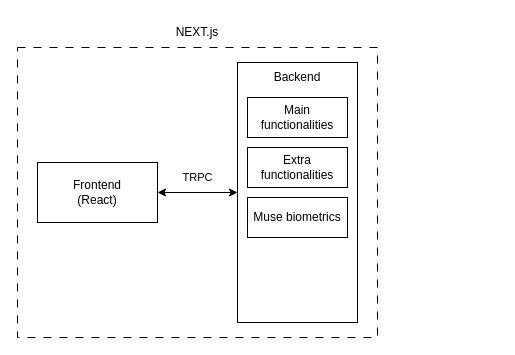
Above: architecture.drawio in Apantli/Tenor (draw.io), before the change. Source tidied: cells renumbered, new cells numbered last; positions are measured from the earlier drawing's top-left corner, leaving out a move shared by most shapes. Both pictures are drawn from the tidied source at 100%, with x=0, y=0 at pixel (17, 17).
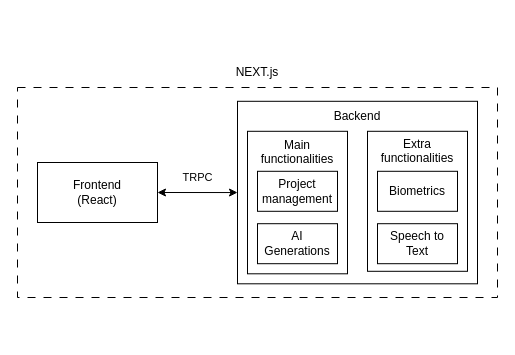
The same page after the edit.

Change to the diagram source:
```diff
@@
 <mxGraphModel>
   <root>
     <mxCell id="0" />
     <mxCell id="1" parent="0" />
     <mxCell id="2" style="rounded=0;whiteSpace=wrap;html=1;fillColor=none;dashed=1;dashPattern=8 8;" parent="1" vertex="1">
-      <mxGeometry y="30" width="360" height="290" as="geometry" />
+      <mxGeometry y="70" width="480" height="210" as="geometry" />
     </mxCell>
     <mxCell id="3" value="Frontend&lt;div&gt;(React)&lt;/div&gt;" style="rounded=0;whiteSpace=wrap;html=1;" parent="1" vertex="1">
       <mxGeometry x="20" y="145" width="120" height="60" as="geometry" />
     </mxCell>
     <mxCell id="4" style="rounded=0;whiteSpace=wrap;html=1;" parent="1" vertex="1">
-      <mxGeometry x="220" y="45" width="120" height="260" as="geometry" />
+      <mxGeometry x="220" y="83.8" width="240" height="182.5" as="geometry" />
     </mxCell>
     <mxCell id="5" value="NEXT.js" style="text;html=1;align=center;verticalAlign=middle;whiteSpace=wrap;rounded=0;" parent="1" vertex="1">
-      <mxGeometry x="150" width="60" height="30" as="geometry" />
+      <mxGeometry x="210" y="40" width="60" height="30" as="geometry" />
     </mxCell>
     <mxCell id="6" value="TRPC" style="endArrow=classic;startArrow=classic;html=1;rounded=0;exitX=1;exitY=0.5;exitDx=0;exitDy=0;entryX=0;entryY=0.5;entryDx=0;entryDy=0;" parent="1" edge="1" source="3" target="4">
       <mxGeometry y="15" relative="1" as="geometry" />
     </mxCell>
     <mxCell id="7" value="Backend" style="text;html=1;align=center;verticalAlign=middle;whiteSpace=wrap;rounded=0;" parent="1" vertex="1">
-      <mxGeometry x="250" y="45" width="60" height="30" as="geometry" />
+      <mxGeometry x="310" y="83.8" width="60" height="30" as="geometry" />
     </mxCell>
-    <mxCell id="8" value="Main functionalities" style="rounded=0;whiteSpace=wrap;html=1;" parent="1" vertex="1">
-      <mxGeometry x="230" y="80" width="100" height="40" as="geometry" />
+    <mxCell id="8" value="Main functionalities&lt;div&gt;&lt;br&gt;&lt;/div&gt;&lt;div&gt;&lt;br&gt;&lt;/div&gt;&lt;div&gt;&lt;br&gt;&lt;/div&gt;&lt;div&gt;&lt;br&gt;&lt;/div&gt;&lt;div&gt;&lt;br&gt;&lt;/div&gt;&lt;div&gt;&lt;br&gt;&lt;/div&gt;&lt;div&gt;&lt;br&gt;&lt;/div&gt;" style="rounded=0;whiteSpace=wrap;html=1;" parent="1" vertex="1">
+      <mxGeometry x="230" y="113.8" width="100" height="142.5" as="geometry" />
     </mxCell>
-    <mxCell id="9" value="Extra functionalities" style="rounded=0;whiteSpace=wrap;html=1;" parent="1" vertex="1">
-      <mxGeometry x="230" y="130" width="100" height="40" as="geometry" />
+    <mxCell id="9" value="Extra functionalities&lt;div&gt;&lt;br&gt;&lt;/div&gt;&lt;div&gt;&lt;br&gt;&lt;/div&gt;&lt;div&gt;&lt;br&gt;&lt;/div&gt;&lt;div&gt;&lt;br&gt;&lt;/div&gt;&lt;div&gt;&lt;br&gt;&lt;/div&gt;&lt;div&gt;&lt;br&gt;&lt;/div&gt;&lt;div&gt;&lt;br&gt;&lt;/div&gt;" style="rounded=0;whiteSpace=wrap;html=1;" parent="1" vertex="1">
+      <mxGeometry x="350" y="113.8" width="100" height="140" as="geometry" />
     </mxCell>
-    <mxCell id="10" value="Muse biometrics" style="rounded=0;whiteSpace=wrap;html=1;" parent="1" vertex="1">
-      <mxGeometry x="230" y="180" width="100" height="40" as="geometry" />
-    </mxCell>
+    <mxCell id="11" value="Biometrics" style="rounded=0;whiteSpace=wrap;html=1;" parent="1" vertex="1">
+      <mxGeometry x="360" y="153.8" width="80" height="40" as="geometry" />
+    </mxCell>
+    <mxCell id="12" value="&lt;div&gt;Speech to Text&lt;/div&gt;" style="rounded=0;whiteSpace=wrap;html=1;" parent="1" vertex="1">
+      <mxGeometry x="360" y="206.2" width="80" height="40" as="geometry" />
+    </mxCell>
+    <mxCell id="13" value="Project management" style="rounded=0;whiteSpace=wrap;html=1;" parent="1" vertex="1">
+      <mxGeometry x="240" y="153.8" width="80" height="40" as="geometry" />
+    </mxCell>
+    <mxCell id="14" value="&lt;div&gt;AI Generations&lt;/div&gt;" style="rounded=0;whiteSpace=wrap;html=1;" parent="1" vertex="1">
+      <mxGeometry x="240" y="206.2" width="80" height="40" as="geometry" />
+    </mxCell>
   </root>
 </mxGraphModel>
```
